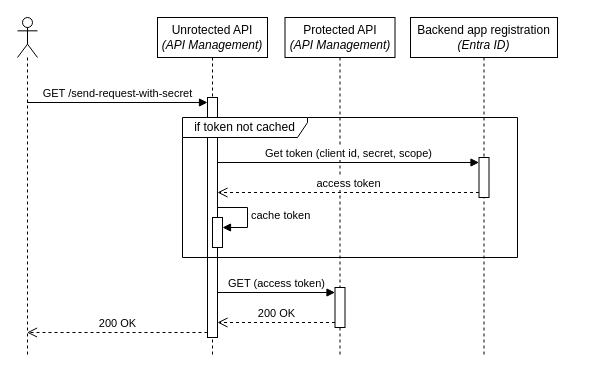
ronaldbosma/call-apim-backend-with-oauth keeps this draw.io diagram as page "send-request-with-secret" (4 of 5) of images/diagrams.drawio. Above is the earlier version. Source tidied: cells renumbered, new cells numbered last; positions are measured from the earlier drawing's top-left corner, leaving out a move shared by most shapes. Both pictures are drawn from the tidied source at 100%, with x=0, y=0 at pixel (17, 17).
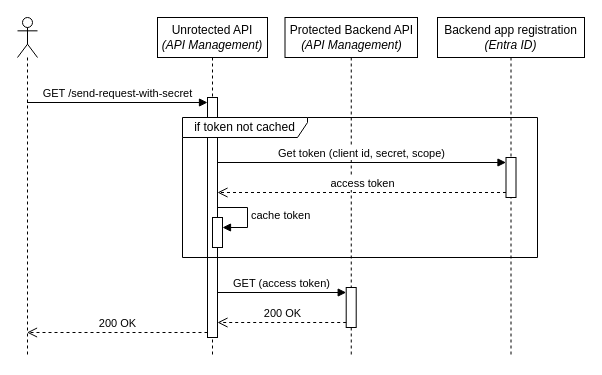
Above is the later version.

Diff of the diagram source:
```diff
@@
-    <mxCell id="3" value="Protected API&lt;div&gt;&lt;i&gt;(API Management)&lt;/i&gt;&lt;/div&gt;" style="shape=umlLifeline;perimeter=lifelinePerimeter;whiteSpace=wrap;html=1;newEdgeStyle={&quot;curved&quot;:0,&quot;rounded&quot;:0};" parent="1" vertex="1">
-      <mxGeometry x="267.5" width="110" height="340" as="geometry" />
+    <mxCell id="3" value="Protected Backend API&lt;div&gt;&lt;i&gt;(API Management)&lt;/i&gt;&lt;/div&gt;" style="shape=umlLifeline;perimeter=lifelinePerimeter;whiteSpace=wrap;html=1;newEdgeStyle={&quot;curved&quot;:0,&quot;rounded&quot;:0};" parent="1" vertex="1">
+      <mxGeometry x="267.5" width="132.5" height="340" as="geometry" />
     </mxCell>
     <mxCell id="4" style="html=1;points=[[0,0,0,0,5],[0,1,0,0,-5],[1,0,0,0,5],[1,1,0,0,-5]];perimeter=orthogonalPerimeter;outlineConnect=0;targetShapes=umlLifeline;portConstraint=eastwest;newEdgeStyle={&quot;curved&quot;:0,&quot;rounded&quot;:0};" parent="3" vertex="1">
-      <mxGeometry x="50" y="270" width="10" height="40" as="geometry" />
+      <mxGeometry x="61.2" y="270" width="10" height="40" as="geometry" />
     </mxCell>
     <mxCell id="5" value="Backend app registration&lt;div&gt;&lt;i&gt;(Entra ID)&lt;/i&gt;&lt;/div&gt;" style="shape=umlLifeline;perimeter=lifelinePerimeter;whiteSpace=wrap;html=1;newEdgeStyle={&quot;curved&quot;:0,&quot;rounded&quot;:0};" parent="1" vertex="1">
-      <mxGeometry x="393" width="147" height="340" as="geometry" />
+      <mxGeometry x="420" width="147" height="340" as="geometry" />
     </mxCell>
@@
     <mxCell id="13" value="if token not cached" style="shape=umlFrame;whiteSpace=wrap;html=1;width=125;height=20;" parent="1" vertex="1">
-      <mxGeometry x="165" y="100" width="335" height="140" as="geometry" />
+      <mxGeometry x="165" y="100" width="355" height="140" as="geometry" />
     </mxCell>
```
